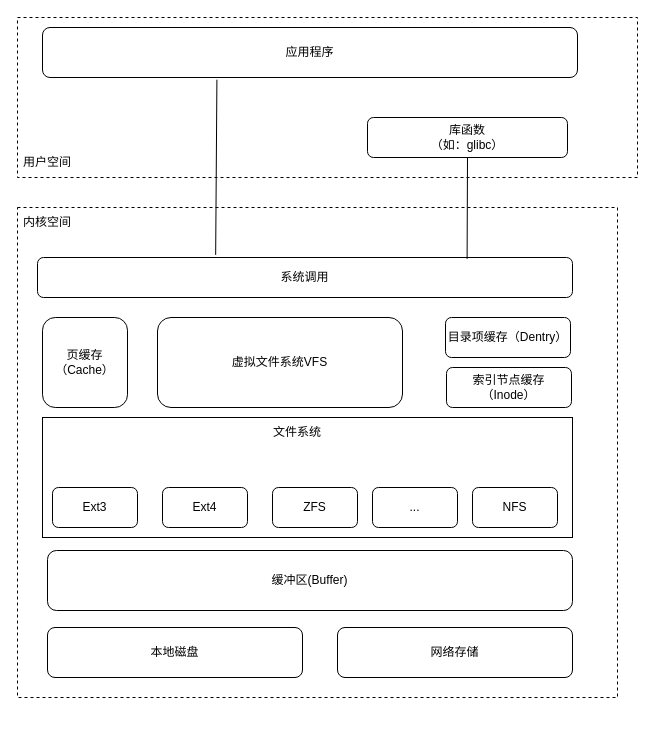
Earlier version of the draw.io diagram cache在linux内核中的位置.drawio (Netech-DevNote/itquestions_pictures). Source tidied: cells renumbered, new cells numbered last; positions are measured from the earlier drawing's top-left corner, leaving out a move shared by most shapes. Both pictures are drawn from the tidied source at 100%, with x=0, y=0 at pixel (17, 17).
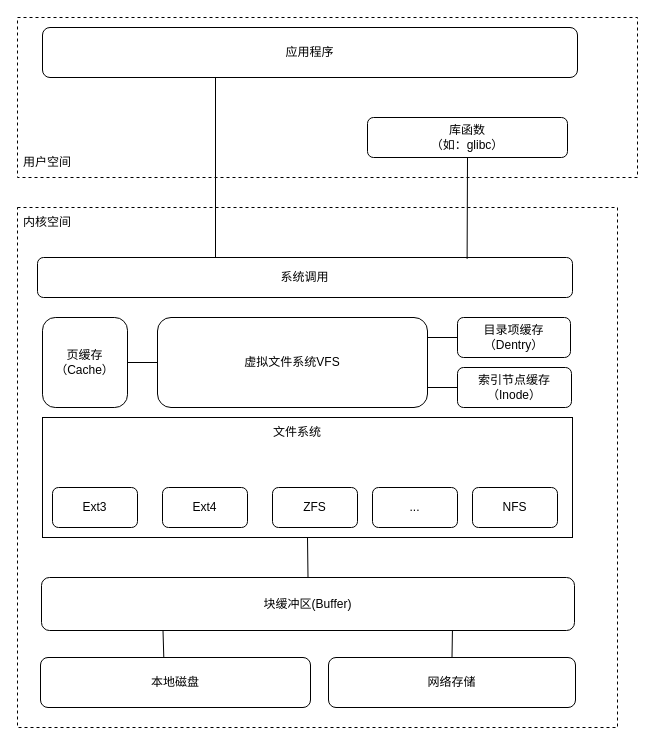
The same page after the edit.

Commit message (it also covers changes not shown here):
更新cache在linux内核中的位置.drawio

Unchanged cells that the change refers to:
```xml
<mxCell id="4" style="rounded=0;whiteSpace=wrap;html=1;" parent="1" vertex="1">
  <mxGeometry x="25" y="400" width="530" height="120" as="geometry" />
</mxCell>
<mxCell id="5" value="应用程序" style="rounded=1;whiteSpace=wrap;html=1;" parent="1" vertex="1">
  <mxGeometry x="25" y="10" width="535" height="50" as="geometry" />
</mxCell>
<mxCell id="15" value="页缓存（Cache）" style="rounded=1;whiteSpace=wrap;html=1;" parent="1" vertex="1">
  <mxGeometry x="25" y="300" width="85" height="90" as="geometry" />
</mxCell>
<mxCell id="18" value="系统调用" style="rounded=1;whiteSpace=wrap;html=1;" parent="1" vertex="1">
  <mxGeometry x="20" y="240" width="535" height="40" as="geometry" />
</mxCell>
```

Diff of the diagram source:
```diff
@@
     <mxCell id="2" style="rounded=0;whiteSpace=wrap;html=1;dashed=1;" parent="1" vertex="1">
-      <mxGeometry y="190" width="600" height="490" as="geometry" />
+      <mxGeometry y="190" width="600" height="520" as="geometry" />
     </mxCell>
@@
     <mxCell id="6" value="本地磁盘" style="rounded=1;whiteSpace=wrap;html=1;" parent="1" vertex="1">
-      <mxGeometry x="30" y="610" width="255" height="50" as="geometry" />
+      <mxGeometry x="23" y="640" width="270" height="50" as="geometry" />
     </mxCell>
     <mxCell id="7" value="网络存储" style="rounded=1;whiteSpace=wrap;html=1;" parent="1" vertex="1">
-      <mxGeometry x="320" y="610" width="235" height="50" as="geometry" />
+      <mxGeometry x="311" y="640" width="247" height="50" as="geometry" />
     </mxCell>
-    <mxCell id="8" value="缓冲区(Buffer)" style="rounded=1;whiteSpace=wrap;html=1;" parent="1" vertex="1">
-      <mxGeometry x="30" y="533" width="525" height="60" as="geometry" />
+    <mxCell id="8" value="块缓冲区(Buffer)" style="rounded=1;whiteSpace=wrap;html=1;" parent="1" vertex="1">
+      <mxGeometry x="24" y="560" width="533" height="53" as="geometry" />
     </mxCell>
@@
     <mxCell id="14" value="虚拟文件系统VFS" style="rounded=1;whiteSpace=wrap;html=1;" parent="1" vertex="1">
-      <mxGeometry x="140" y="300" width="245" height="90" as="geometry" />
+      <mxGeometry x="140" y="300" width="270" height="90" as="geometry" />
     </mxCell>
@@
     <mxCell id="16" value="目录项缓存（Dentry）" style="rounded=1;whiteSpace=wrap;html=1;" parent="1" vertex="1">
-      <mxGeometry x="428" y="300" width="125" height="40" as="geometry" />
+      <mxGeometry x="440" y="300" width="113" height="40" as="geometry" />
     </mxCell>
     <mxCell id="17" value="索引节点缓存&lt;br&gt;（Inode）" style="rounded=1;whiteSpace=wrap;html=1;" parent="1" vertex="1">
-      <mxGeometry x="429" y="350" width="125" height="40" as="geometry" />
+      <mxGeometry x="440" y="350" width="114" height="40" as="geometry" />
     </mxCell>
@@
-    <mxCell id="22" style="endArrow=none;html=1;rounded=0;entryX=0.326;entryY=1.044;entryDx=0;entryDy=0;entryPerimeter=0;exitX=0.333;exitY=-0.065;exitDx=0;exitDy=0;exitPerimeter=0;" parent="1" edge="1" source="18" target="5">
-      <mxGeometry relative="1" as="geometry" />
+    <mxCell id="22" style="endArrow=none;html=1;rounded=0;" parent="1" edge="1">
+      <mxGeometry relative="1" as="geometry">
+        <mxPoint x="198" y="240" as="sourcePoint" />
+        <mxPoint x="198" y="60" as="targetPoint" />
+      </mxGeometry>
     </mxCell>
@@
+    <mxCell id="25" style="endArrow=none;html=1;rounded=0;exitX=1;exitY=0.5;exitDx=0;exitDy=0;entryX=0;entryY=0.5;entryDx=0;entryDy=0;" parent="1" edge="1" source="15" target="14">
+      <mxGeometry relative="1" as="geometry" />
+    </mxCell>
+    <mxCell id="26" style="endArrow=none;html=1;rounded=0;exitX=0;exitY=0.5;exitDx=0;exitDy=0;" parent="1" edge="1" source="16">
+      <mxGeometry relative="1" as="geometry">
+        <mxPoint x="410" y="320" as="targetPoint" />
+      </mxGeometry>
+    </mxCell>
+    <mxCell id="27" style="endArrow=none;html=1;rounded=0;entryX=0;entryY=0.5;entryDx=0;entryDy=0;" parent="1" edge="1" target="17">
+      <mxGeometry relative="1" as="geometry">
+        <mxPoint x="410" y="370" as="sourcePoint" />
+      </mxGeometry>
+    </mxCell>
+    <mxCell id="28" style="endArrow=none;html=1;rounded=0;exitX=0.5;exitY=0;exitDx=0;exitDy=0;entryX=0.5;entryY=1;entryDx=0;entryDy=0;" parent="1" edge="1" source="8" target="4">
+      <mxGeometry relative="1" as="geometry" />
+    </mxCell>
+    <mxCell id="29" style="endArrow=none;html=1;rounded=0;exitX=0.464;exitY=0.044;exitDx=0;exitDy=0;exitPerimeter=0;entryX=0.228;entryY=1.008;entryDx=0;entryDy=0;entryPerimeter=0;" parent="1" edge="1" target="8">
+      <mxGeometry relative="1" as="geometry">
+        <mxPoint x="146.3" y="640.2" as="sourcePoint" />
+      </mxGeometry>
+    </mxCell>
+    <mxCell id="30" style="endArrow=none;html=1;rounded=0;exitX=0.5;exitY=0;exitDx=0;exitDy=0;entryX=0.771;entryY=0.992;entryDx=0;entryDy=0;entryPerimeter=0;" parent="1" edge="1" source="7" target="8">
+      <mxGeometry relative="1" as="geometry" />
+    </mxCell>
```
